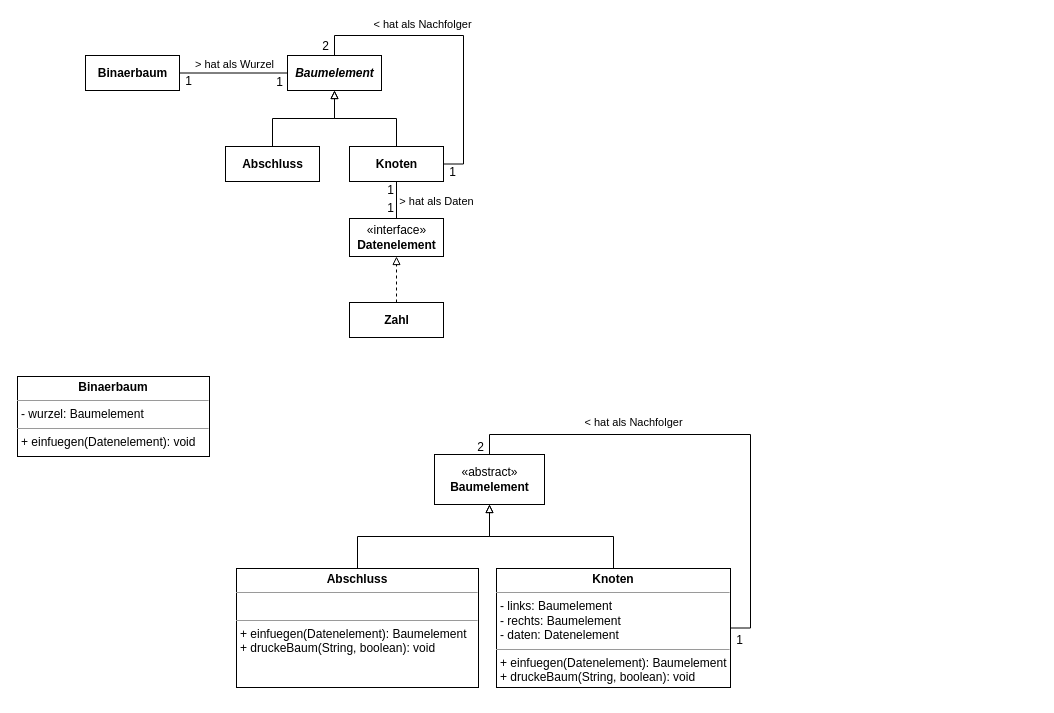
The draw.io diagram page "Klassendiagramme" (3 of 15) of Baum.drawio in JoernWVSG/diagram, before the edit. Source tidied: cells renumbered, new cells numbered last; positions are measured from the earlier drawing's top-left corner, leaving out a move shared by most shapes. Both pictures are drawn from the tidied source at 100%, with x=0, y=0 at pixel (17, 37).
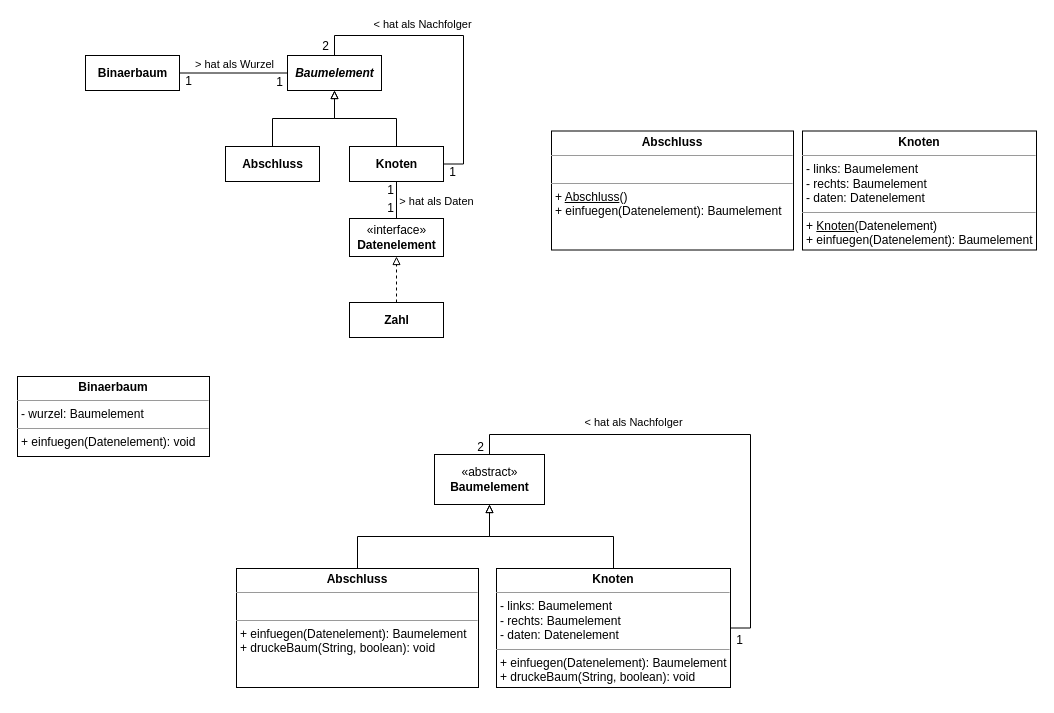
After the change.

Change to the diagram source:
```diff
@@
+    <mxCell id="35" value="&lt;p style=&quot;margin: 0px ; margin-top: 4px ; text-align: center&quot;&gt;&lt;b&gt;Knoten&lt;/b&gt;&lt;/p&gt;&lt;hr size=&quot;1&quot;&gt;&lt;p style=&quot;margin: 0px ; margin-left: 4px&quot;&gt;- links: Baumelement&lt;/p&gt;&lt;p style=&quot;margin: 0px ; margin-left: 4px&quot;&gt;- rechts: Baumelement&lt;/p&gt;&lt;p style=&quot;margin: 0px ; margin-left: 4px&quot;&gt;- daten: Datenelement&lt;/p&gt;&lt;hr size=&quot;1&quot;&gt;&lt;p style=&quot;margin: 0px ; margin-left: 4px&quot;&gt;+ &lt;u&gt;Knoten&lt;/u&gt;(Datenelement)&lt;/p&gt;&lt;p style=&quot;margin: 0px ; margin-left: 4px&quot;&gt;+ einfuegen(Datenelement): Baumelement&lt;/p&gt;" style="verticalAlign=top;align=left;overflow=fill;fontSize=12;fontFamily=Helvetica;html=1;" parent="1" vertex="1">
+      <mxGeometry x="785" y="93.5" width="234" height="119" as="geometry" />
+    </mxCell>
+    <mxCell id="36" value="&lt;p style=&quot;margin: 0px ; margin-top: 4px ; text-align: center&quot;&gt;&lt;b&gt;Abschluss&lt;/b&gt;&lt;/p&gt;&lt;hr size=&quot;1&quot;&gt;&lt;p style=&quot;margin: 0px ; margin-left: 4px&quot;&gt;&lt;br&gt;&lt;/p&gt;&lt;hr size=&quot;1&quot;&gt;&lt;p style=&quot;margin: 0px ; margin-left: 4px&quot;&gt;+ &lt;u&gt;Abschluss&lt;/u&gt;()&lt;/p&gt;&lt;p style=&quot;margin: 0px ; margin-left: 4px&quot;&gt;+ einfuegen(Datenelement): Baumelement&lt;/p&gt;&lt;p style=&quot;margin: 0px ; margin-left: 4px&quot;&gt;&lt;br&gt;&lt;/p&gt;" style="verticalAlign=top;align=left;overflow=fill;fontSize=12;fontFamily=Helvetica;html=1;" parent="1" vertex="1">
+      <mxGeometry x="534" y="93.5" width="242" height="119" as="geometry" />
+    </mxCell>
```
